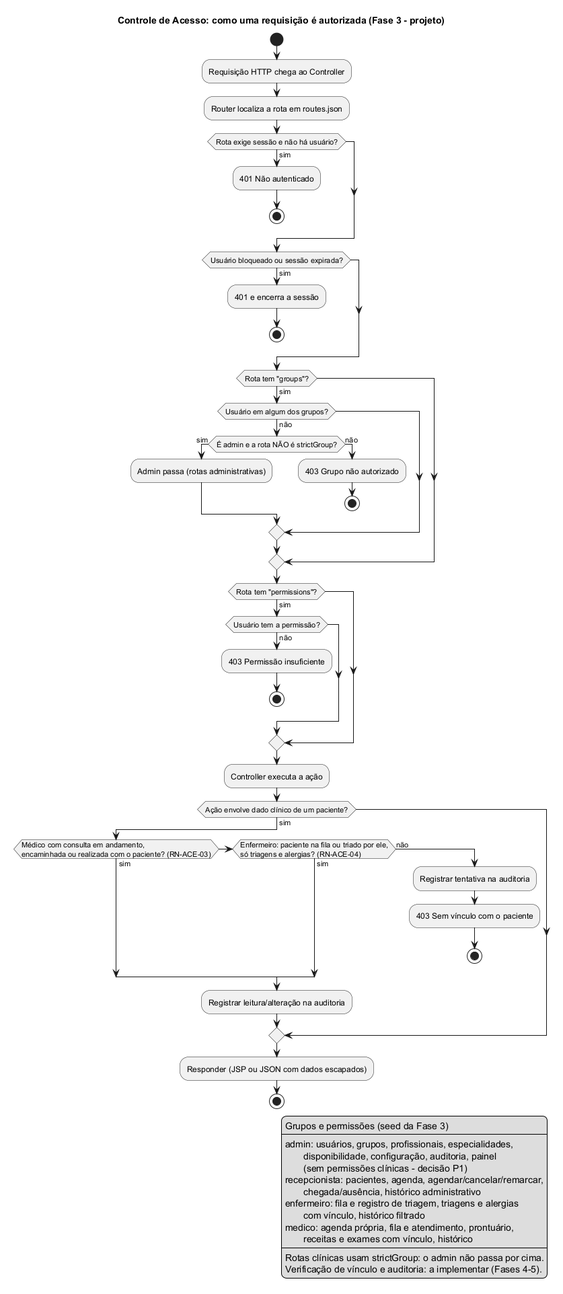
Earlier version of the PlantUML export src/main/webapp/assets/images/diagrams/Permissoes_RBAC.png (roobertoAlves/hospital-case-backend). Its diagram source:
```plantuml
@startuml Permissoes_RBAC
!pragma layout smetana
title Controle de Acesso: como uma requisição é autorizada (Fase 3 - projeto)

start
:Requisição HTTP chega ao Controller;
:Router localiza a rota em routes.json;
if (Rota exige sessão e não há usuário?) then (sim)
  :401 Não autenticado;
  stop
endif
if (Usuário bloqueado ou sessão expirada?) then (sim)
  :401 e encerra a sessão;
  stop
endif
if (Rota tem "groups"?) then (sim)
  if (Usuário em algum dos grupos?) then (não)
    if (É admin e a rota NÃO é strictGroup?) then (sim)
      :Admin passa (rotas administrativas);
    else (não)
      :403 Grupo não autorizado;
      stop
    endif
  endif
endif
if (Rota tem "permissions"?) then (sim)
  if (Usuário tem a permissão?) then (não)
    :403 Permissão insuficiente;
    stop
  endif
endif
:Controller executa a ação;
if (Ação envolve dado clínico de um paciente?) then (sim)
  if (Médico com consulta em andamento,\nencaminhada ou realizada com o paciente? (RN-ACE-03)) then (sim)
  elseif (Enfermeiro: paciente na fila ou triado por ele,\nsó triagens e alergias? (RN-ACE-04)) then (sim)
  else (não)
    :Registrar tentativa na auditoria;
    :403 Sem vínculo com o paciente;
    stop
  endif
  :Registrar leitura/alteração na auditoria;
endif
:Responder (JSP ou JSON com dados escapados);
stop

legend right
  Grupos e permissões (seed da Fase 3)
  ----
  admin: usuários, grupos, profissionais, especialidades,
         disponibilidade, configuração, auditoria, painel
         (sem permissões clínicas - decisão P1)
  recepcionista: pacientes, agenda, agendar/cancelar/remarcar,
         chegada/ausência, histórico administrativo
  enfermeiro: fila e registro de triagem, triagens e alergias
         com vínculo, histórico filtrado
  medico: agenda própria, fila e atendimento, prontuário,
         receitas e exames com vínculo, histórico
  ----
  Rotas clínicas usam strictGroup: o admin não passa por cima.
  Verificação de vínculo e auditoria: a implementar (Fases 4-5).
endlegend
@enduml
```
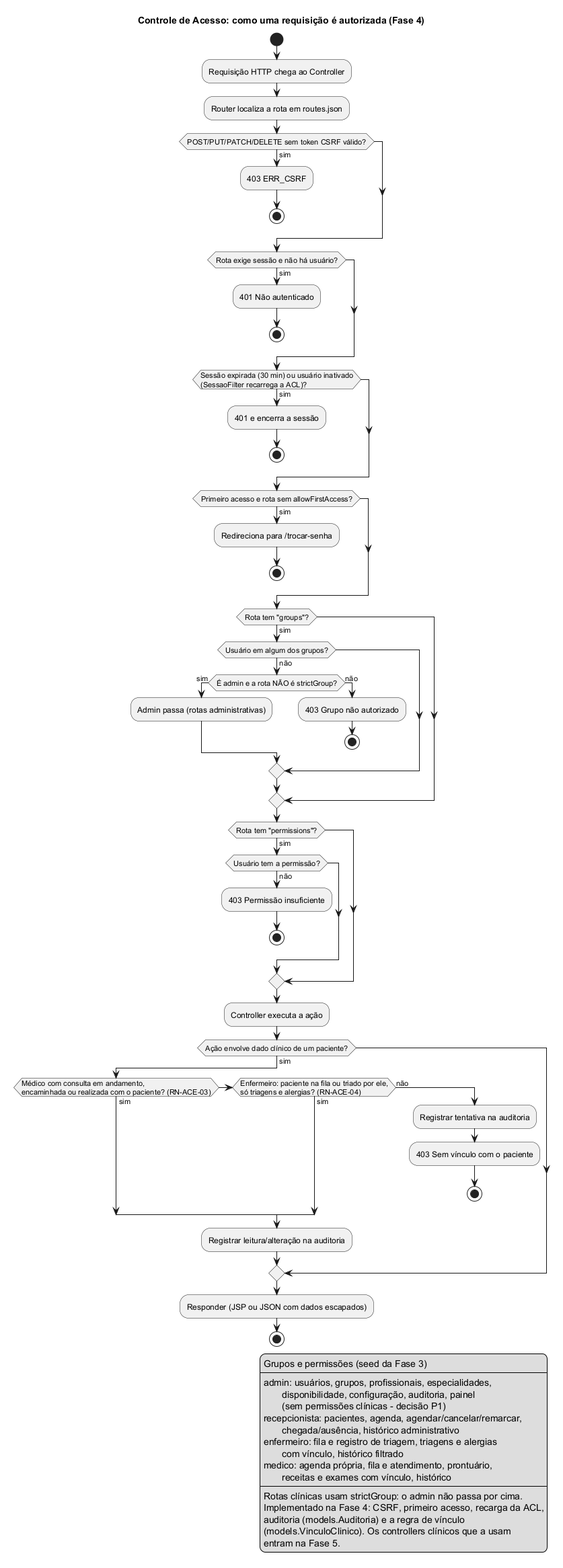
The same diagram one commit later.

The edit, as a diff of the source:
```diff
@@ -1,16 +1,24 @@
 @startuml Permissoes_RBAC
 !pragma layout smetana
-title Controle de Acesso: como uma requisição é autorizada (Fase 3 - projeto)
+title Controle de Acesso: como uma requisição é autorizada (Fase 4)
 
 start
 :Requisição HTTP chega ao Controller;
 :Router localiza a rota em routes.json;
+if (POST/PUT/PATCH/DELETE sem token CSRF válido?) then (sim)
+  :403 ERR_CSRF;
+  stop
+endif
 if (Rota exige sessão e não há usuário?) then (sim)
   :401 Não autenticado;
   stop
 endif
-if (Usuário bloqueado ou sessão expirada?) then (sim)
+if (Sessão expirada (30 min) ou usuário inativado\n(SessaoFilter recarrega a ACL)?) then (sim)
   :401 e encerra a sessão;
+  stop
+endif
+if (Primeiro acesso e rota sem allowFirstAccess?) then (sim)
+  :Redireciona para /trocar-senha;
   stop
 endif
 if (Rota tem "groups"?) then (sim)
@@ -57,6 +65,9 @@
          receitas e exames com vínculo, histórico
   ----
   Rotas clínicas usam strictGroup: o admin não passa por cima.
-  Verificação de vínculo e auditoria: a implementar (Fases 4-5).
+  Implementado na Fase 4: CSRF, primeiro acesso, recarga da ACL,
+  auditoria (models.Auditoria) e a regra de vínculo
+  (models.VinculoClinico). Os controllers clínicos que a usam
+  entram na Fase 5.
 endlegend
 @enduml
```
